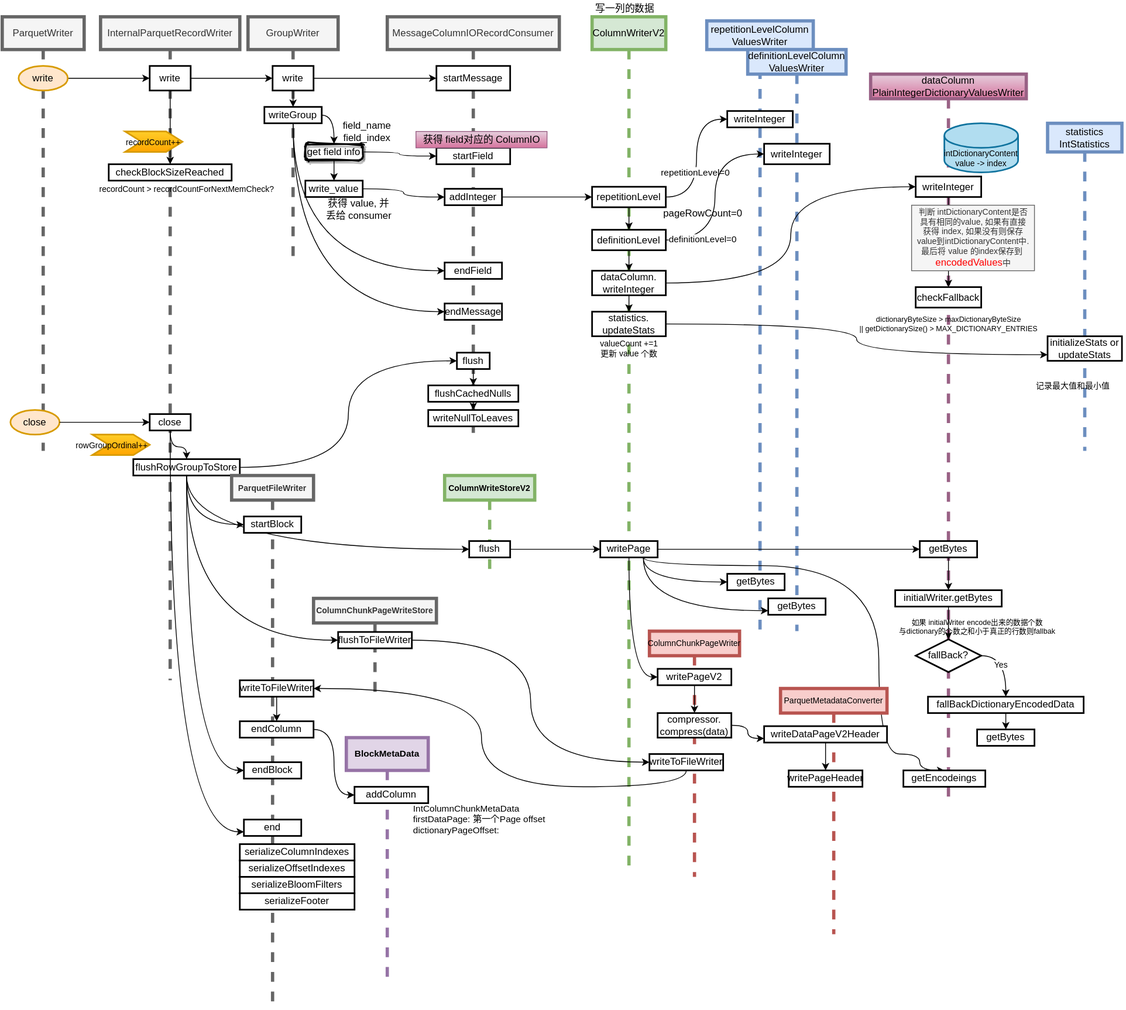
The draw.io diagram docs/parquet/parquet-writer/parquet-write_flow.svg in wbo4958/wbo4958.github.io, before a commit. Source tidied: cells renumbered, new cells last; positions are measured from the earlier drawing's top-left corner, leaving out a move shared by most shapes.
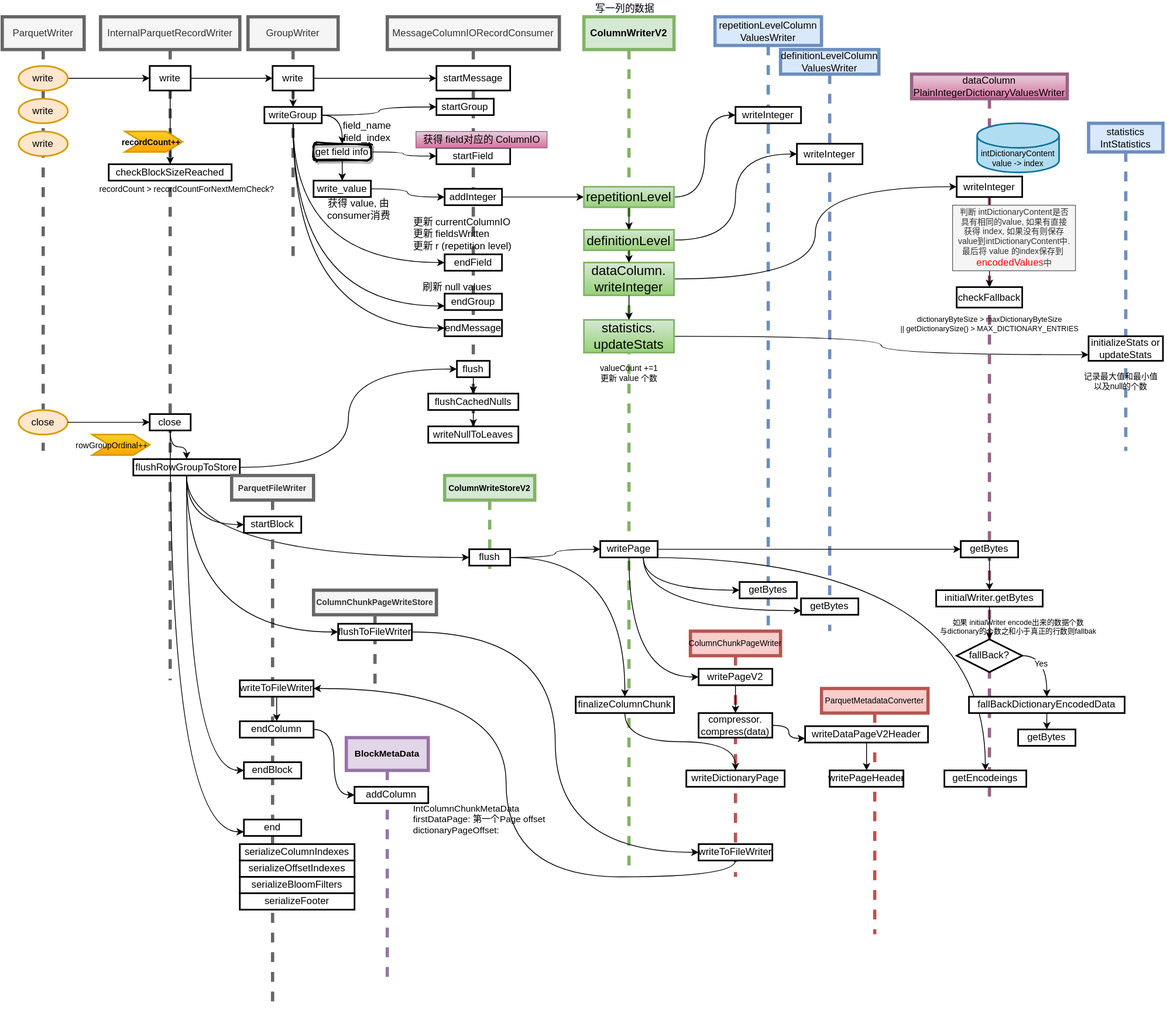
Later version of the same file.

Change to the diagram source:
```diff
@@ -25,3 +25,3 @@
     </mxCell>
-    <mxCell id="9" value="recordCount++" style="shape=step;perimeter=stepPerimeter;whiteSpace=wrap;html=1;fixedSize=1;strokeWidth=2;fontSize=10;align=right;gradientColor=#ffa500;fillColor=#ffcd28;strokeColor=#d79b00;" parent="2" vertex="1">
+    <mxCell id="9" value="recordCount++" style="shape=step;perimeter=stepPerimeter;whiteSpace=wrap;html=1;fixedSize=1;strokeWidth=2;fontSize=10;align=right;gradientColor=#ffa500;fillColor=#ffcd28;strokeColor=#d79b00;fontStyle=1;" parent="2" vertex="1">
       <mxGeometry x="30" y="140" width="70" height="25" as="geometry" />
@@ -58,8 +58,5 @@
     </mxCell>
-    <mxCell id="20" value="endMessage" style="whiteSpace=wrap;html=1;strokeWidth=2;" parent="16" vertex="1">
-      <mxGeometry x="70" y="350" width="70" height="20" as="geometry" />
-    </mxCell>
-    <mxCell id="21" value="flush" style="whiteSpace=wrap;html=1;strokeWidth=2;" parent="16" vertex="1">
-      <mxGeometry x="85" y="410" width="40" height="20" as="geometry" />
-    </mxCell>
+    <mxCell id="145" value="startGroup" style="whiteSpace=wrap;html=1;strokeWidth=2;" parent="16" vertex="1">
+      <mxGeometry x="60" y="100" width="70" height="20" as="geometry" />
+    </mxCell>
     <mxCell id="22" value="获得 field对应的 ColumnIO" style="text;html=1;align=center;verticalAlign=middle;fillColor=#e6d0de;strokeColor=#996185;gradientColor=#d5739d;" parent="15" vertex="1">
@@ -68,3 +65,3 @@
     <mxCell id="23" value="endField" style="whiteSpace=wrap;html=1;strokeWidth=2;" parent="15" vertex="1">
-      <mxGeometry x="70" y="300" width="70" height="20" as="geometry" />
+      <mxGeometry x="70" y="290" width="70" height="20" as="geometry" />
     </mxCell>
@@ -74,3 +71,3 @@
     <mxCell id="25" value="flushCachedNulls" style="whiteSpace=wrap;html=1;strokeWidth=2;" parent="15" vertex="1">
-      <mxGeometry x="50" y="450" width="110" height="20" as="geometry" />
+      <mxGeometry x="50" y="460" width="110" height="20" as="geometry" />
     </mxCell>
@@ -80,4 +77,19 @@
     <mxCell id="27" value="writeNullToLeaves" style="whiteSpace=wrap;html=1;strokeWidth=2;" parent="15" vertex="1">
-      <mxGeometry x="50" y="480" width="110" height="20" as="geometry" />
+      <mxGeometry x="50" y="500" width="110" height="20" as="geometry" />
     </mxCell>
+    <mxCell id="146" value="更新 currentColumnIO&lt;br&gt;更新 fieldsWritten&lt;br&gt;更新 r (repetition level)" style="text;html=1;align=left;verticalAlign=middle;" parent="15" vertex="1">
+      <mxGeometry x="30" y="240" width="140" height="50" as="geometry" />
+    </mxCell>
+    <mxCell id="20" value="endMessage" style="whiteSpace=wrap;html=1;strokeWidth=2;" parent="15" vertex="1">
+      <mxGeometry x="70" y="370" width="70" height="20" as="geometry" />
+    </mxCell>
+    <mxCell id="147" value="endGroup" style="whiteSpace=wrap;html=1;strokeWidth=2;" parent="15" vertex="1">
+      <mxGeometry x="70" y="338" width="70" height="20" as="geometry" />
+    </mxCell>
+    <mxCell id="148" value="刷新 null values" style="text;html=1;align=center;verticalAlign=middle;" parent="15" vertex="1">
+      <mxGeometry x="35" y="320" width="100" height="20" as="geometry" />
+    </mxCell>
+    <mxCell id="21" value="flush" style="whiteSpace=wrap;html=1;strokeWidth=2;" parent="15" vertex="1">
+      <mxGeometry x="85" y="420" width="40" height="20" as="geometry" />
+    </mxCell>
     <mxCell id="28" style="group;" parent="1" vertex="1">
@@ -85,4 +97,4 @@
     </mxCell>
-    <mxCell id="29" value="获得 value, 并&lt;br&gt;丢给 consumer" style="text;html=1;align=center;verticalAlign=middle;" parent="28" vertex="1">
-      <mxGeometry x="85" y="220" width="100" height="30" as="geometry" />
+    <mxCell id="29" value="获得 value, 由&lt;br&gt;consumer消费" style="text;html=1;align=center;verticalAlign=middle;" parent="28" vertex="1">
+      <mxGeometry x="90" y="220" width="90" height="30" as="geometry" />
     </mxCell>
@@ -104,6 +116,6 @@
     <mxCell id="35" value="write_value" style="whiteSpace=wrap;html=1;strokeWidth=2;" parent="30" vertex="1">
-      <mxGeometry x="70" y="200" width="70" height="20" as="geometry" />
+      <mxGeometry x="80" y="200" width="70" height="20" as="geometry" />
     </mxCell>
     <mxCell id="36" value="get field info" style="whiteSpace=wrap;html=1;strokeWidth=2;shadow=1;glass=1;sketch=1;rounded=1;" parent="30" vertex="1">
-      <mxGeometry x="70" y="155" width="70" height="20" as="geometry" />
+      <mxGeometry x="80" y="155" width="70" height="20" as="geometry" />
     </mxCell>
@@ -119,3 +131,3 @@
     <mxCell id="40" value="repetitionLevelColumn&lt;br&gt;ValuesWriter" style="shape=umlLifeline;perimeter=lifelinePerimeter;whiteSpace=wrap;html=1;fillColor=#dae8fc;strokeColor=#6c8ebf;size=35;strokeWidth=4;" parent="1" vertex="1">
-      <mxGeometry x="860" y="25" width="130" height="755" as="geometry" />
+      <mxGeometry x="870" y="20" width="130" height="755" as="geometry" />
     </mxCell>
@@ -125,3 +137,3 @@
     <mxCell id="42" value="getBytes" style="whiteSpace=wrap;html=1;strokeWidth=2;" parent="40" vertex="1">
-      <mxGeometry x="25" y="675" width="70" height="20" as="geometry" />
+      <mxGeometry x="30" y="690" width="70" height="20" as="geometry" />
     </mxCell>
@@ -133,8 +145,2 @@
     </mxCell>
-    <mxCell id="45" value="repetitionLevel=0" style="edgeLabel;html=1;align=center;verticalAlign=middle;" parent="44" vertex="1">
-      <mxGeometry x="-0.2" y="2" relative="1" as="geometry" />
-    </mxCell>
-    <mxCell id="46" value="pageRowCount=0" style="text;html=1;align=center;verticalAlign=middle;" parent="1" vertex="1">
-      <mxGeometry x="800" y="250" width="110" height="20" as="geometry" />
-    </mxCell>
     <mxCell id="47" style="edgeStyle=orthogonalEdgeStyle;curved=1;jettySize=auto;html=1;exitX=1;exitY=0.5;exitDx=0;exitDy=0;entryX=0;entryY=0.5;entryDx=0;entryDy=0;" parent="1" edge="1" source="66" target="50">
@@ -142,9 +148,4 @@
     </mxCell>
-    <mxCell id="48" value="definitionLevel=0" style="edgeLabel;html=1;align=center;verticalAlign=middle;" parent="47" vertex="1">
-      <mxGeometry x="-0.77" y="1" relative="1" as="geometry">
-        <mxPoint x="18.6" as="offset" />
-      </mxGeometry>
-    </mxCell>
     <mxCell id="49" value="definitionLevelColumn&lt;br&gt;ValuesWriter" style="shape=umlLifeline;perimeter=lifelinePerimeter;whiteSpace=wrap;html=1;fillColor=#dae8fc;strokeColor=#6c8ebf;size=30;strokeWidth=4;" parent="1" vertex="1">
-      <mxGeometry x="910" y="60" width="120" height="710" as="geometry" />
+      <mxGeometry x="950" y="60" width="120" height="710" as="geometry" />
     </mxCell>
@@ -180,4 +181,10 @@
     </mxCell>
+    <mxCell id="149" value="write" style="strokeWidth=2;html=1;shape=mxgraph.flowchart.start_1;whiteSpace=wrap;fillColor=#ffe6cc;strokeColor=#d79b00;" parent="58" vertex="1">
+      <mxGeometry x="20" y="100" width="60" height="30" as="geometry" />
+    </mxCell>
+    <mxCell id="150" value="write" style="strokeWidth=2;html=1;shape=mxgraph.flowchart.start_1;whiteSpace=wrap;fillColor=#ffe6cc;strokeColor=#d79b00;" parent="58" vertex="1">
+      <mxGeometry x="20" y="140" width="60" height="30" as="geometry" />
+    </mxCell>
-    <mxCell id="60" value="close" style="strokeWidth=2;html=1;shape=mxgraph.flowchart.start_1;whiteSpace=wrap;fillColor=#ffe6cc;strokeColor=#d79b00;" parent="58" vertex="1">
-      <mxGeometry x="10" y="480" width="60" height="30" as="geometry" />
+    <mxCell id="60" value="close" style="strokeWidth=2;html=1;shape=mxgraph.flowchart.start_1;whiteSpace=wrap;fillColor=#ffe6cc;strokeColor=#d79b00;" parent="57" vertex="1">
+      <mxGeometry x="20" y="480" width="60" height="30" as="geometry" />
     </mxCell>
@@ -195,7 +202,7 @@
     </mxCell>
-    <mxCell id="65" value="ColumnWriterV2" style="shape=umlLifeline;perimeter=lifelinePerimeter;whiteSpace=wrap;html=1;fillColor=#d5e8d4;strokeColor=#82b366;strokeWidth=4;" parent="1" vertex="1">
-      <mxGeometry x="720" y="20" width="90" height="1040" as="geometry" />
+    <mxCell id="65" value="ColumnWriterV2" style="shape=umlLifeline;perimeter=lifelinePerimeter;whiteSpace=wrap;html=1;fillColor=#d5e8d4;strokeColor=#82b366;strokeWidth=4;fontStyle=1;" parent="1" vertex="1">
+      <mxGeometry x="710" y="20" width="110" height="1040" as="geometry" />
     </mxCell>
-    <mxCell id="66" value="definitionLevel" style="whiteSpace=wrap;html=1;strokeWidth=2;" parent="1" vertex="1">
-      <mxGeometry x="720" y="280" width="90" height="25" as="geometry" />
+    <mxCell id="66" value="definitionLevel" style="whiteSpace=wrap;html=1;strokeWidth=2;fillColor=#d5e8d4;strokeColor=#82b366;gradientColor=#97d077;fontSize=16;" parent="1" vertex="1">
+      <mxGeometry x="710" y="280" width="110" height="25" as="geometry" />
     </mxCell>
@@ -204,4 +211,4 @@
     </mxCell>
-    <mxCell id="68" value="dataColumn.&lt;br&gt;writeInteger" style="whiteSpace=wrap;html=1;strokeWidth=2;" parent="1" vertex="1">
-      <mxGeometry x="720" y="330" width="90" height="30" as="geometry" />
+    <mxCell id="68" value="dataColumn.&lt;br style=&quot;font-size: 16px;&quot;&gt;writeInteger" style="whiteSpace=wrap;html=1;strokeWidth=2;fillColor=#d5e8d4;strokeColor=#82b366;gradientColor=#97d077;fontSize=16;" parent="1" vertex="1">
+      <mxGeometry x="710" y="320" width="110" height="40" as="geometry" />
     </mxCell>
@@ -210,4 +217,4 @@
     </mxCell>
-    <mxCell id="70" value="statistics.&lt;br&gt;updateStats" style="whiteSpace=wrap;html=1;strokeWidth=2;" parent="1" vertex="1">
-      <mxGeometry x="720" y="380" width="90" height="30" as="geometry" />
+    <mxCell id="70" value="statistics.&lt;br style=&quot;font-size: 16px;&quot;&gt;updateStats" style="whiteSpace=wrap;html=1;strokeWidth=2;fillColor=#d5e8d4;strokeColor=#82b366;gradientColor=#97d077;fontSize=16;" parent="1" vertex="1">
+      <mxGeometry x="710" y="390" width="110" height="40" as="geometry" />
     </mxCell>
@@ -217,6 +224,6 @@
     <mxCell id="72" value="valueCount +=1&lt;br&gt;更新 value 个数" style="text;html=1;align=center;verticalAlign=middle;fontSize=10;" parent="1" vertex="1">
-      <mxGeometry x="720" y="410" width="90" height="30" as="geometry" />
+      <mxGeometry x="720" y="440" width="90" height="30" as="geometry" />
     </mxCell>
-    <mxCell id="73" value="repetitionLevel" style="whiteSpace=wrap;html=1;strokeWidth=2;" parent="1" vertex="1">
-      <mxGeometry x="720" y="227.5" width="90" height="25" as="geometry" />
+    <mxCell id="73" value="repetitionLevel" style="whiteSpace=wrap;html=1;strokeWidth=2;fillColor=#d5e8d4;strokeColor=#82b366;gradientColor=#97d077;fontSize=16;" parent="1" vertex="1">
+      <mxGeometry x="710" y="227.5" width="110" height="25" as="geometry" />
     </mxCell>
@@ -231,6 +238,3 @@
         <Array as="points">
-          <mxPoint x="783" y="690" />
-          <mxPoint x="1070" y="690" />
-          <mxPoint x="1070" y="920" />
-          <mxPoint x="1120" y="920" />
+          <mxPoint x="1200" y="680" />
         </Array>
@@ -254,3 +258,3 @@
     <mxCell id="82" style="group;" parent="1" vertex="1">
-      <mxGeometry x="1030" y="90" width="341.4" height="890" as="geometry" />
+      <mxGeometry x="1080" y="90" width="341.4" height="890" as="geometry" />
     </mxCell>
@@ -269,3 +273,3 @@
     <mxCell id="87" value="intDictionaryContent&lt;br style=&quot;font-size: 10px;&quot;&gt;value -&amp;gt; index" style="shape=cylinder3;whiteSpace=wrap;html=1;boundedLbl=1;backgroundOutline=1;size=15;strokeWidth=2;fillColor=#b1ddf0;strokeColor=#10739e;fontSize=10;" parent="82" vertex="1">
-      <mxGeometry x="120" y="60" width="90" height="60" as="geometry" />
+      <mxGeometry x="110" y="60" width="100" height="60" as="geometry" />
     </mxCell>
@@ -325,7 +329,7 @@
     </mxCell>
-    <mxCell id="106" value="记录最大值和最小值" style="text;html=1;align=center;verticalAlign=middle;fontSize=10;" parent="103" vertex="1">
-      <mxGeometry x="-7.7" y="310" width="110" height="20" as="geometry" />
+    <mxCell id="106" value="记录最大值和最小值&lt;br&gt;以及null的个数" style="text;html=1;align=center;verticalAlign=middle;fontSize=10;" parent="103" vertex="1">
+      <mxGeometry y="300" width="110" height="30" as="geometry" />
     </mxCell>
     <mxCell id="107" value="ColumnChunkPageWriter" style="shape=umlLifeline;perimeter=lifelinePerimeter;whiteSpace=wrap;html=1;strokeWidth=4;fontSize=10;align=center;size=30;fillColor=#f8cecc;strokeColor=#b85450;" parent="1" vertex="1">
-      <mxGeometry x="790" y="770" width="110" height="300" as="geometry" />
+      <mxGeometry x="840" y="770" width="110" height="300" as="geometry" />
     </mxCell>
@@ -341,6 +345,6 @@
     <mxCell id="111" value="writeToFileWriter" style="whiteSpace=wrap;html=1;strokeWidth=2;" parent="107" vertex="1">
-      <mxGeometry y="150" width="90" height="20" as="geometry" />
+      <mxGeometry x="10" y="260" width="90" height="20" as="geometry" />
     </mxCell>
     <mxCell id="112" value="ParquetMetadataConverter" style="shape=umlLifeline;perimeter=lifelinePerimeter;whiteSpace=wrap;html=1;strokeWidth=4;fontSize=10;align=center;size=30;fillColor=#f8cecc;strokeColor=#b85450;" parent="1" vertex="1">
-      <mxGeometry x="950" y="840" width="130" height="300" as="geometry" />
+      <mxGeometry x="1000" y="840" width="130" height="300" as="geometry" />
     </mxCell>
@@ -359,3 +363,3 @@
     <mxCell id="117" value="ColumnChunkPageWriteStore" style="shape=umlLifeline;perimeter=lifelinePerimeter;whiteSpace=wrap;html=1;strokeWidth=4;fontSize=10;align=center;size=30;fillColor=#f5f5f5;strokeColor=#666666;fontStyle=1;fontColor=#333333;" parent="1" vertex="1">
-      <mxGeometry x="380" y="730" width="150" height="120" as="geometry" />
+      <mxGeometry x="380" y="720" width="150" height="120" as="geometry" />
     </mxCell>
@@ -409,4 +413,4 @@
     </mxCell>
-    <mxCell id="134" value="flush" style="whiteSpace=wrap;html=1;strokeWidth=2;" parent="132" vertex="1">
-      <mxGeometry x="30" y="80" width="50" height="20" as="geometry" />
+    <mxCell id="134" value="flush" style="whiteSpace=wrap;html=1;strokeWidth=2;" parent="133" vertex="1">
+      <mxGeometry x="30" y="90" width="50" height="20" as="geometry" />
     </mxCell>
@@ -442,2 +446,23 @@
     </mxCell>
+    <mxCell id="151" style="edgeStyle=orthogonalEdgeStyle;curved=1;jettySize=auto;html=1;exitX=0.5;exitY=1;exitDx=0;exitDy=0;" parent="1" edge="1" source="152" target="155">
+      <mxGeometry relative="1" as="geometry" />
+    </mxCell>
+    <mxCell id="152" value="finalizeColumnChunk" style="whiteSpace=wrap;html=1;strokeWidth=2;" parent="1" vertex="1">
+      <mxGeometry x="700" y="850" width="120" height="20" as="geometry" />
+    </mxCell>
+    <mxCell id="153" style="edgeStyle=orthogonalEdgeStyle;jettySize=auto;html=1;exitX=1;exitY=0.5;exitDx=0;exitDy=0;entryX=0.5;entryY=0;entryDx=0;entryDy=0;strokeColor=none;curved=1;" parent="1" edge="1" source="134" target="152">
+      <mxGeometry relative="1" as="geometry" />
+    </mxCell>
+    <mxCell id="154" style="edgeStyle=orthogonalEdgeStyle;curved=1;jettySize=auto;html=1;exitX=1;exitY=0.5;exitDx=0;exitDy=0;entryX=0.5;entryY=0;entryDx=0;entryDy=0;" parent="1" edge="1" source="134" target="152">
+      <mxGeometry relative="1" as="geometry" />
+    </mxCell>
+    <mxCell id="155" value="writeDictionaryPage" style="whiteSpace=wrap;html=1;strokeWidth=2;" parent="1" vertex="1">
+      <mxGeometry x="835" y="940" width="120" height="20" as="geometry" />
+    </mxCell>
+    <mxCell id="156" style="edgeStyle=orthogonalEdgeStyle;jettySize=auto;html=1;exitX=1;exitY=0.5;exitDx=0;exitDy=0;entryX=0;entryY=0.5;entryDx=0;entryDy=0;curved=1;" parent="1" edge="1" source="33" target="145">
+      <mxGeometry relative="1" as="geometry" />
+    </mxCell>
+    <mxCell id="157" style="edgeStyle=orthogonalEdgeStyle;curved=1;jettySize=auto;html=1;exitX=0.5;exitY=1;exitDx=0;exitDy=0;entryX=0;entryY=0.75;entryDx=0;entryDy=0;" parent="1" edge="1" source="33" target="147">
+      <mxGeometry relative="1" as="geometry" />
+    </mxCell>
   </root>
```
